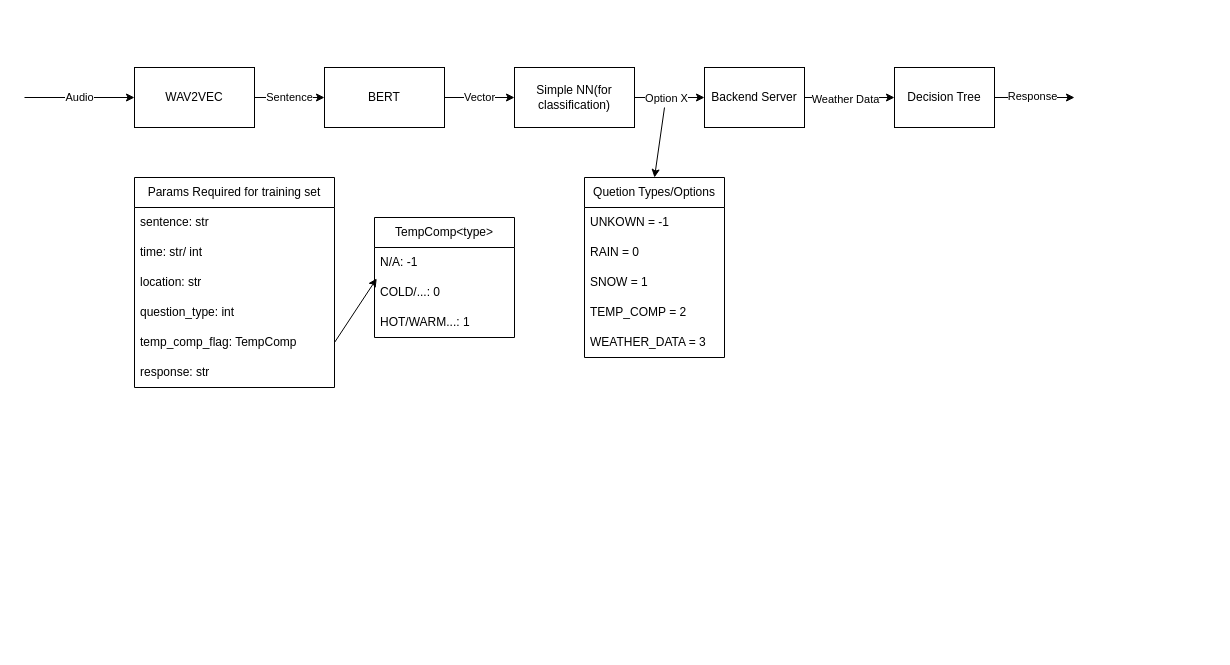
Before: flowchart.drawio in jidalii/audio-weather-assistant, a draw.io diagram. Source tidied: cells renumbered, new cells numbered last; positions are measured from the earlier drawing's top-left corner, leaving out a move shared by most shapes. Both pictures are drawn from the tidied source at 100%, with x=0, y=0 at pixel (24, 67).
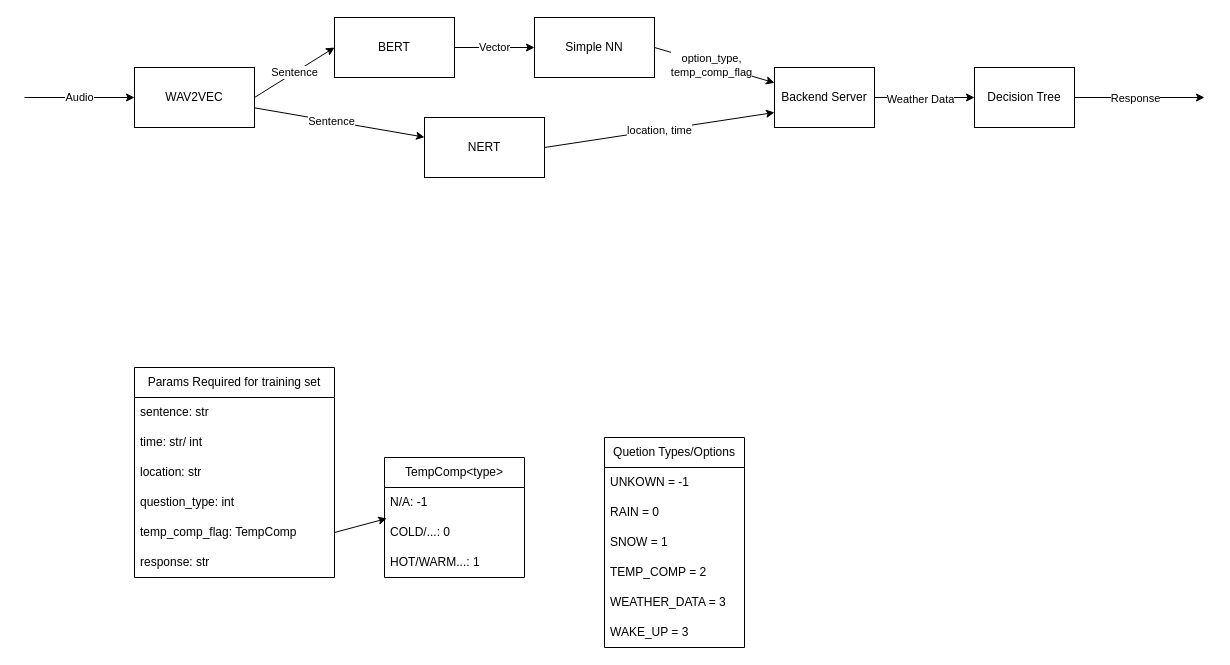
Above is the later version.

The change refers to these unchanged cells:
```xml
<mxCell id="3" value="WAV2VEC" style="rounded=0;whiteSpace=wrap;html=1;" parent="1" vertex="1">
  <mxGeometry x="110" width="120" height="60" as="geometry" />
</mxCell>
<mxCell id="7" style="edgeStyle=none;html=1;exitX=1;exitY=0.5;exitDx=0;exitDy=0;" parent="1" edge="1" source="9" target="12">
  <mxGeometry relative="1" as="geometry" />
</mxCell>
<mxCell id="13" style="edgeStyle=none;html=1;" parent="1" edge="1" source="15">
  <mxGeometry relative="1" as="geometry">
    <mxPoint x="1050" y="30" as="targetPoint" />
  </mxGeometry>
</mxCell>
```

What changed in the source:
```diff
@@
+    <mxCell id="35" style="endArrow=classic;html=1;exitX=1;exitY=0.5;exitDx=0;exitDy=0;" parent="1" edge="1" source="15">
+      <mxGeometry relative="1" as="geometry">
+        <mxPoint x="1180" y="30" as="targetPoint" />
+      </mxGeometry>
+    </mxCell>
@@
+    <mxCell id="36" style="edgeStyle=none;html=1;" parent="1" edge="1" source="3" target="39">
+      <mxGeometry relative="1" as="geometry" />
+    </mxCell>
+    <mxCell id="37" value="Sentence" style="edgeLabel;html=1;align=center;verticalAlign=middle;" parent="36" vertex="1">
+      <mxGeometry x="-0.1" relative="1" as="geometry" />
+    </mxCell>
@@
     <mxCell id="6" value="BERT" style="rounded=0;whiteSpace=wrap;html=1;" parent="1" vertex="1">
-      <mxGeometry x="300" width="120" height="60" as="geometry" />
+      <mxGeometry x="310" y="-50" width="120" height="60" as="geometry" />
     </mxCell>
@@
-    <mxCell id="8" value="Option X" style="edgeLabel;html=1;align=center;verticalAlign=middle;" parent="7" vertex="1">
+    <mxCell id="8" value="option_type,&lt;br&gt;temp_comp_flag" style="edgeLabel;html=1;align=center;verticalAlign=middle;" parent="7" vertex="1">
       <mxGeometry x="-0.01" y="2" relative="1" as="geometry">
         <mxPoint x="-4" y="2" as="offset" />
       </mxGeometry>
     </mxCell>
-    <mxCell id="9" value="Simple NN(for classification)" style="rounded=0;whiteSpace=wrap;html=1;" parent="1" vertex="1">
-      <mxGeometry x="490" width="120" height="60" as="geometry" />
+    <mxCell id="9" value="Simple NN" style="rounded=0;whiteSpace=wrap;html=1;" parent="1" vertex="1">
+      <mxGeometry x="510" y="-50" width="120" height="60" as="geometry" />
     </mxCell>
@@
     <mxCell id="12" value="Backend Server" style="rounded=0;whiteSpace=wrap;html=1;" parent="1" vertex="1">
-      <mxGeometry x="680" width="100" height="60" as="geometry" />
+      <mxGeometry x="750" width="100" height="60" as="geometry" />
     </mxCell>
@@
     <mxCell id="14" value="Response" style="edgeLabel;html=1;align=center;verticalAlign=middle;" parent="13" vertex="1">
-      <mxGeometry x="-0.08" y="2" relative="1" as="geometry" />
+      <mxGeometry x="-0.08" y="2" relative="1" as="geometry">
+        <mxPoint x="60" as="offset" />
+      </mxGeometry>
     </mxCell>
     <mxCell id="15" value="Decision Tree" style="rounded=0;whiteSpace=wrap;html=1;" parent="1" vertex="1">
-      <mxGeometry x="870" width="100" height="60" as="geometry" />
+      <mxGeometry x="950" width="100" height="60" as="geometry" />
     </mxCell>
     <mxCell id="16" value="Quetion Types/Options" style="swimlane;fontStyle=0;horizontal=1;startSize=30;whiteSpace=wrap;html=1;" parent="1" vertex="1">
-      <mxGeometry x="560" y="110" width="140" height="180" as="geometry" />
+      <mxGeometry x="580" y="370" width="140" height="210" as="geometry" />
     </mxCell>
@@
+    <mxCell id="38" value="WAKE_UP = 3" style="text;strokeColor=none;fillColor=none;align=left;verticalAlign=middle;spacingLeft=4;spacingRight=4;overflow=hidden;whiteSpace=wrap;html=1;" parent="16" vertex="1">
+      <mxGeometry y="180" width="140" height="30" as="geometry" />
+    </mxCell>
     <mxCell id="22" value="Params Required for training set" style="swimlane;fontStyle=0;horizontal=1;startSize=30;whiteSpace=wrap;html=1;" parent="1" vertex="1">
-      <mxGeometry x="110" y="110" width="200" height="210" as="geometry" />
+      <mxGeometry x="110" y="300" width="200" height="210" as="geometry" />
     </mxCell>
@@
     <mxCell id="29" value="TempComp&amp;lt;type&amp;gt;" style="swimlane;fontStyle=0;horizontal=1;startSize=30;whiteSpace=wrap;html=1;" parent="1" vertex="1">
-      <mxGeometry x="350" y="150" width="140" height="120" as="geometry" />
+      <mxGeometry x="360" y="390" width="140" height="120" as="geometry" />
     </mxCell>
@@
-    <mxCell id="34" style="endArrow=classic;html=1;entryX=0.5;entryY=0;entryDx=0;entryDy=0;" parent="1" edge="1" target="16">
-      <mxGeometry relative="1" as="geometry">
-        <mxPoint x="640" y="40" as="sourcePoint" />
-      </mxGeometry>
-    </mxCell>
+    <mxCell id="39" value="NERT" style="rounded=0;whiteSpace=wrap;html=1;" parent="1" vertex="1">
+      <mxGeometry x="400" y="50" width="120" height="60" as="geometry" />
+    </mxCell>
+    <mxCell id="40" value="location, time" style="endArrow=classic;html=1;exitX=1;exitY=0.5;exitDx=0;exitDy=0;entryX=0;entryY=0.75;entryDx=0;entryDy=0;" parent="1" edge="1" source="39" target="12">
+      <mxGeometry relative="1" as="geometry" />
+    </mxCell>
```
